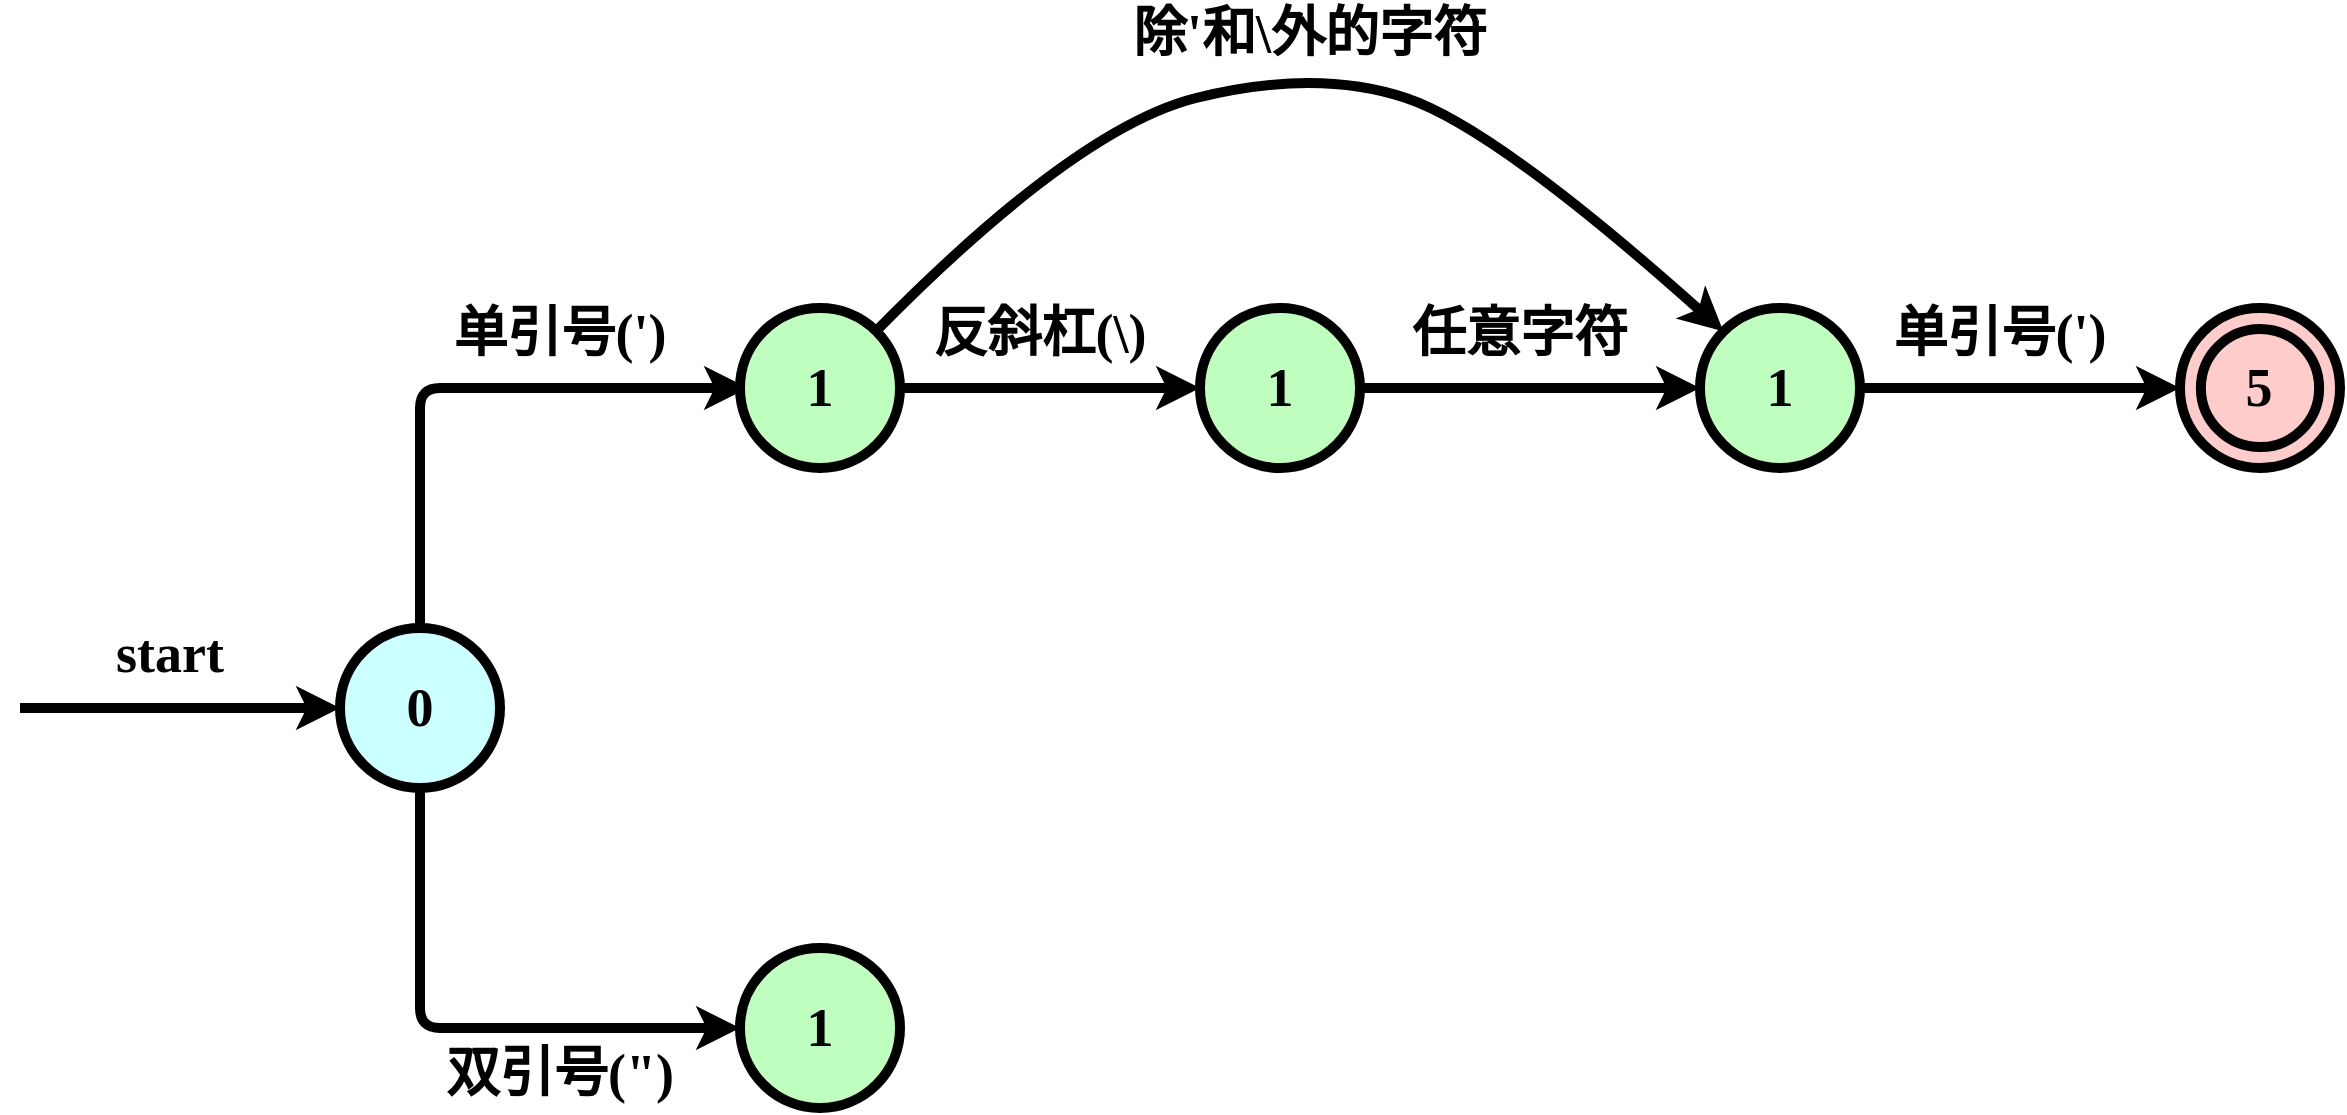
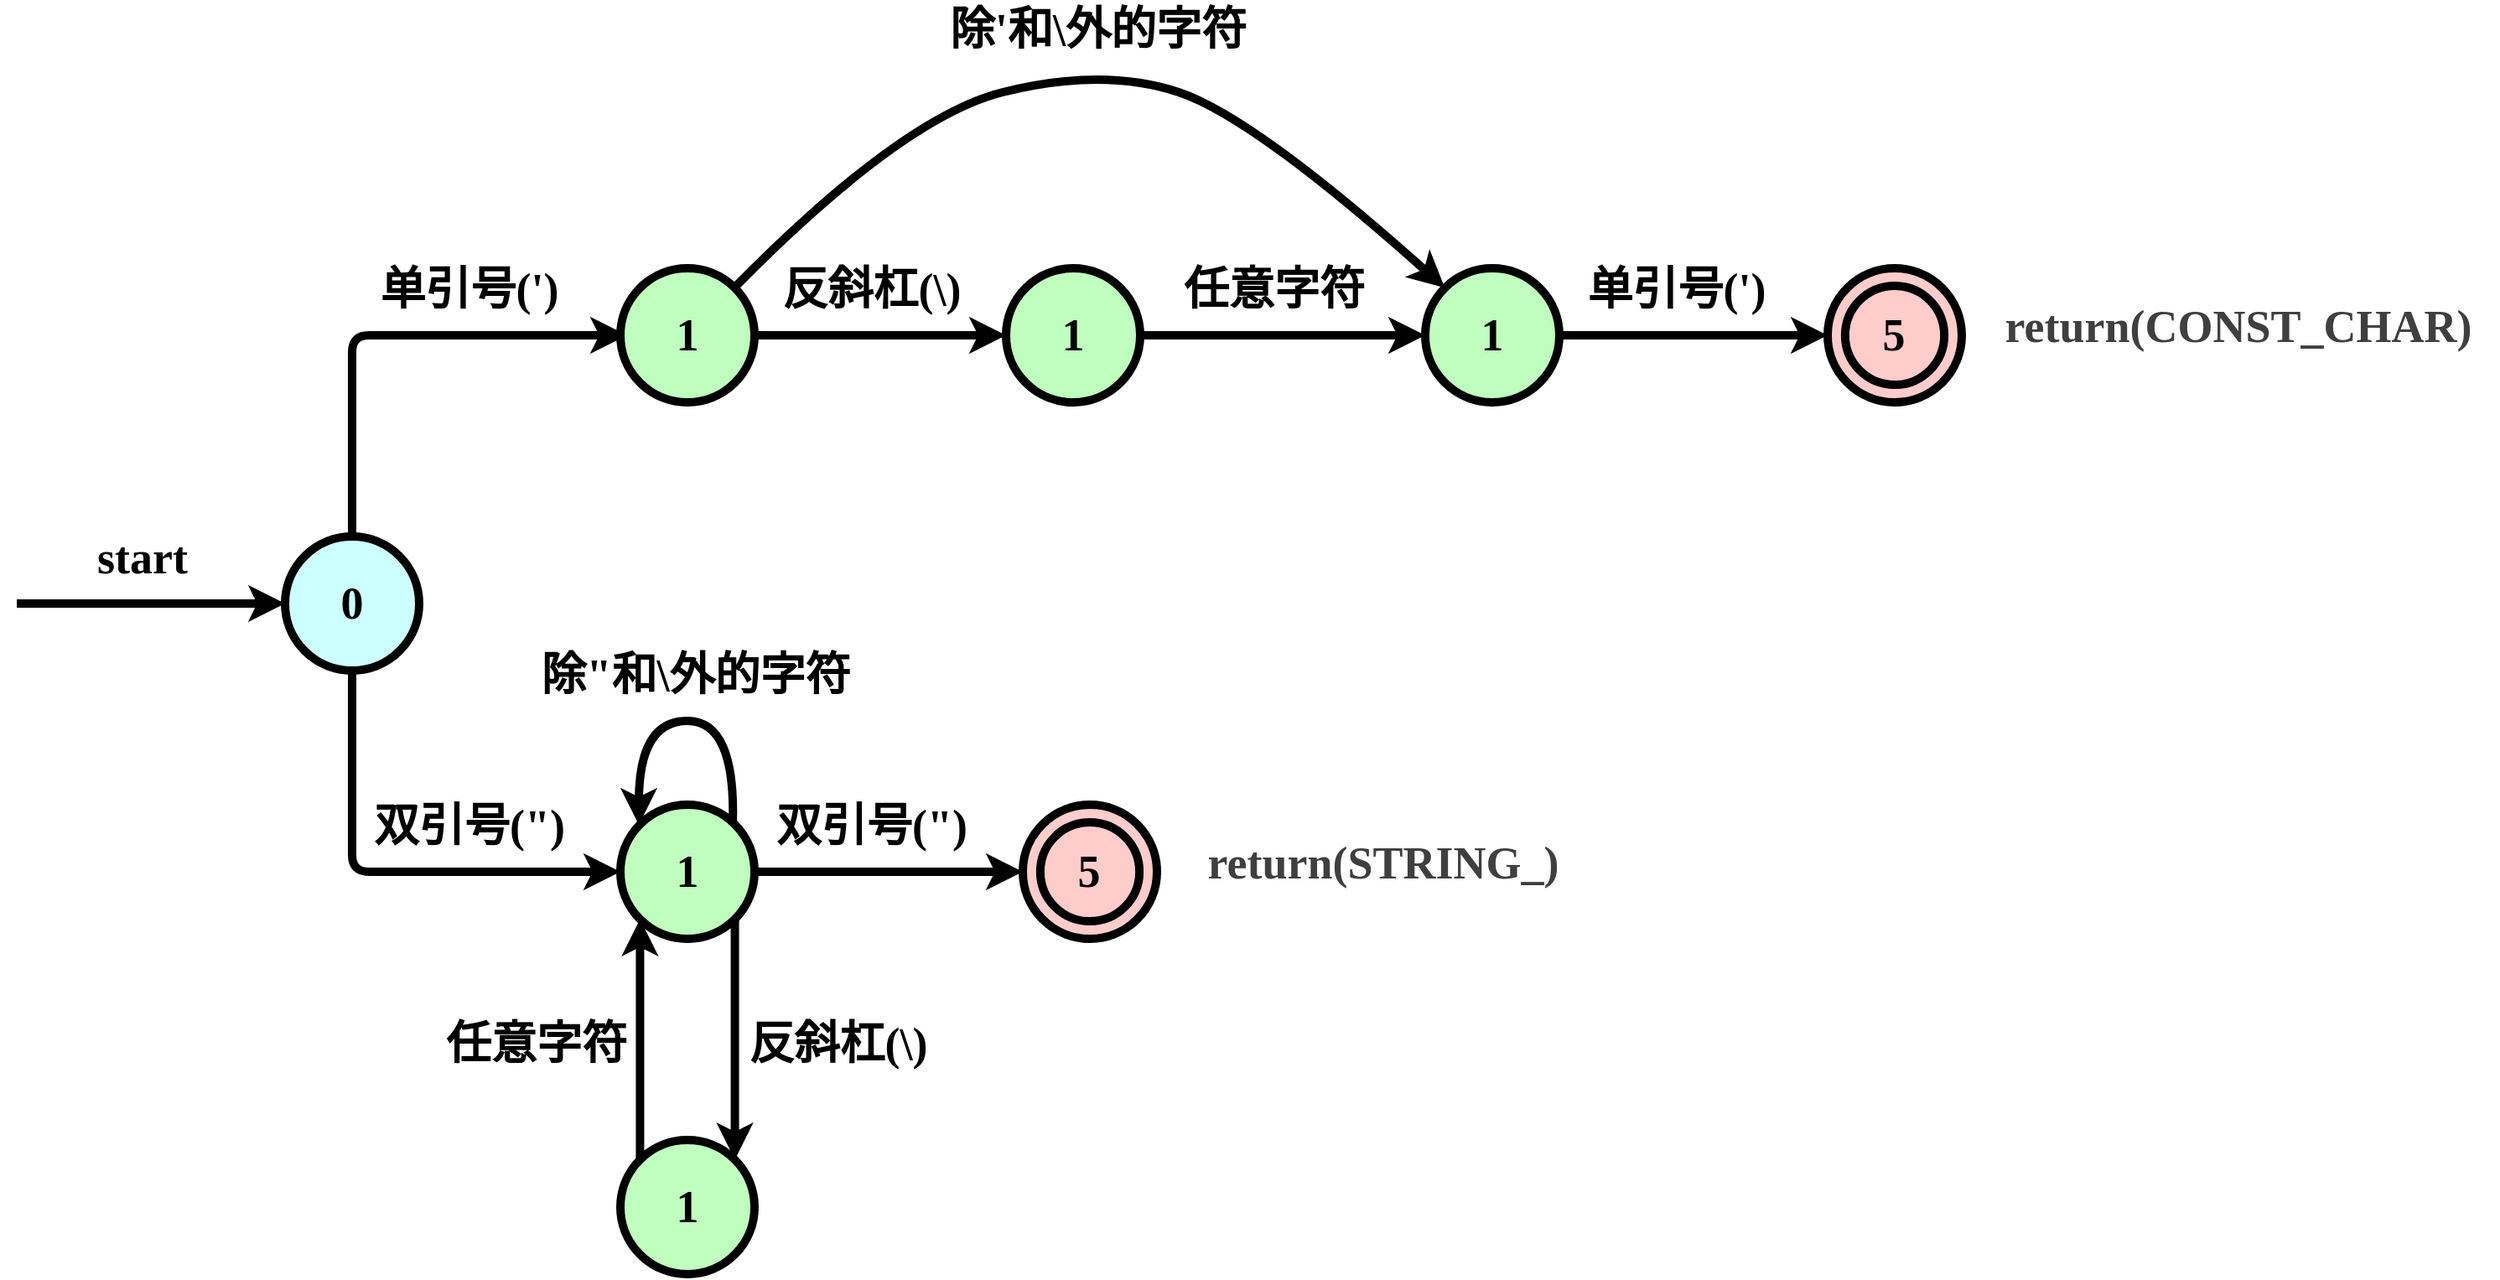
<mxfile host="65bd71144e">
    <diagram id="WDaXGVvMb0ibqETLBTzo" name="第 1 页">
-         <mxGraphModel dx="1291" dy="1011" grid="1" gridSize="10" guides="1" tooltips="1" connect="1" arrows="1" fold="1" page="1" pageScale="1" pageWidth="3300" pageHeight="4681" math="0" shadow="0">
+         <mxGraphModel dx="1567" dy="1227" grid="1" gridSize="10" guides="1" tooltips="1" connect="1" arrows="1" fold="1" page="1" pageScale="1" pageWidth="3300" pageHeight="4681" math="0" shadow="0">
            <root>
                <mxCell id="0"/>
                <mxCell id="1" parent="0"/>
                <mxCell id="2" style="edgeStyle=orthogonalEdgeStyle;rounded=0;orthogonalLoop=1;jettySize=auto;html=1;exitX=0;exitY=0.5;exitDx=0;exitDy=0;strokeWidth=5;startArrow=classic;startFill=1;endArrow=none;endFill=0;fontSize=30;" edge="1" parent="1" source="3">
                    <mxGeometry relative="1" as="geometry">
                        <mxPoint x="160" y="2120" as="targetPoint"/>
                    </mxGeometry>
                </mxCell>
                <mxCell id="9" style="edgeStyle=none;html=1;exitX=0.5;exitY=1;exitDx=0;exitDy=0;entryX=0;entryY=0.5;entryDx=0;entryDy=0;strokeWidth=5;" edge="1" parent="1" source="3" target="8">
                    <mxGeometry relative="1" as="geometry">
                        <Array as="points">
                            <mxPoint x="360" y="2280"/>
                        </Array>
                    </mxGeometry>
                </mxCell>
                <mxCell id="3" value="&lt;font style=&quot;color: rgb(0, 0, 0);&quot; face=&quot;Comic Sans MS&quot;&gt;0&lt;/font&gt;" style="ellipse;whiteSpace=wrap;html=1;aspect=fixed;strokeWidth=5;fillColor=#CCFFFF;gradientColor=none;fontSize=27;fontStyle=1" vertex="1" parent="1">
                    <mxGeometry x="320" y="2080" width="80" height="80" as="geometry"/>
                </mxCell>
                <mxCell id="4" value="start" style="text;html=1;align=center;verticalAlign=middle;whiteSpace=wrap;rounded=0;fontFamily=Comic Sans MS;strokeWidth=5;fontSize=27;fontStyle=1" vertex="1" parent="1">
                    <mxGeometry x="190" y="2080" width="90" height="25" as="geometry"/>
                </mxCell>
                <mxCell id="5" style="edgeStyle=none;html=1;exitX=0.446;exitY=-0.002;exitDx=0;exitDy=0;entryX=0;entryY=0.5;entryDx=0;entryDy=0;strokeWidth=5;exitPerimeter=0;" edge="1" parent="1">
                    <mxGeometry relative="1" as="geometry">
                        <Array as="points">
                            <mxPoint x="360" y="1960"/>
                        </Array>
                        <mxPoint x="360" y="2080" as="sourcePoint"/>
                        <mxPoint x="524" y="1960" as="targetPoint"/>
                    </mxGeometry>
                </mxCell>
                <mxCell id="12" style="edgeStyle=none;html=1;exitX=1;exitY=0.5;exitDx=0;exitDy=0;entryX=0;entryY=0.5;entryDx=0;entryDy=0;strokeWidth=5;" edge="1" parent="1" source="6" target="11">
                    <mxGeometry relative="1" as="geometry"/>
                </mxCell>
                <mxCell id="6" value="&lt;font face=&quot;Comic Sans MS&quot;&gt;1&lt;/font&gt;" style="ellipse;whiteSpace=wrap;html=1;aspect=fixed;strokeWidth=5;fillColor=#BFFEBE;strokeColor=#000000;fontSize=27;fontStyle=1" vertex="1" parent="1">
                    <mxGeometry x="520" y="1920" width="80" height="80" as="geometry"/>
                </mxCell>
                <mxCell id="7" value="单引号(&#39;)" style="text;html=1;align=center;verticalAlign=middle;whiteSpace=wrap;rounded=0;fontFamily=Comic Sans MS;strokeWidth=5;fontSize=27;fontStyle=1" vertex="1" parent="1">
                    <mxGeometry x="360" y="1920" width="140" height="25" as="geometry"/>
                </mxCell>
+                 <mxCell id="30" style="edgeStyle=none;html=1;exitX=1;exitY=1;exitDx=0;exitDy=0;entryX=1;entryY=0;entryDx=0;entryDy=0;strokeWidth=5;" edge="1" parent="1" source="8" target="29">
+                     <mxGeometry relative="1" as="geometry"/>
+                 </mxCell>
                <mxCell id="8" value="&lt;font face=&quot;Comic Sans MS&quot;&gt;1&lt;/font&gt;" style="ellipse;whiteSpace=wrap;html=1;aspect=fixed;strokeWidth=5;fillColor=#BFFEBE;strokeColor=#000000;fontSize=27;fontStyle=1" vertex="1" parent="1">
                    <mxGeometry x="520" y="2240" width="80" height="80" as="geometry"/>
                </mxCell>
                <mxCell id="10" value="双引号(&quot;)" style="text;html=1;align=center;verticalAlign=middle;whiteSpace=wrap;rounded=0;fontFamily=Comic Sans MS;strokeWidth=5;fontSize=27;fontStyle=1" vertex="1" parent="1">
-                     <mxGeometry x="360" y="2290" width="140" height="25" as="geometry"/>
+                     <mxGeometry x="360" y="2240" width="140" height="25" as="geometry"/>
                </mxCell>
                <mxCell id="11" value="&lt;font face=&quot;Comic Sans MS&quot;&gt;1&lt;/font&gt;" style="ellipse;whiteSpace=wrap;html=1;aspect=fixed;strokeWidth=5;fillColor=#BFFEBE;strokeColor=#000000;fontSize=27;fontStyle=1" vertex="1" parent="1">
                    <mxGeometry x="750" y="1920" width="80" height="80" as="geometry"/>
                </mxCell>
                <mxCell id="13" value="反斜杠(\)" style="text;html=1;align=center;verticalAlign=middle;whiteSpace=wrap;rounded=0;fontFamily=Comic Sans MS;strokeWidth=5;fontSize=27;fontStyle=1" vertex="1" parent="1">
                    <mxGeometry x="600" y="1920" width="140" height="25" as="geometry"/>
                </mxCell>
                <mxCell id="14" style="edgeStyle=none;html=1;exitX=1;exitY=0.5;exitDx=0;exitDy=0;entryX=0;entryY=0.5;entryDx=0;entryDy=0;strokeWidth=5;" edge="1" parent="1" target="15">
                    <mxGeometry relative="1" as="geometry">
                        <mxPoint x="830" y="1960" as="sourcePoint"/>
                    </mxGeometry>
                </mxCell>
                <mxCell id="24" style="edgeStyle=none;html=1;exitX=1;exitY=0.5;exitDx=0;exitDy=0;entryX=0;entryY=0.5;entryDx=0;entryDy=0;strokeWidth=5;" edge="1" parent="1" source="15" target="22">
                    <mxGeometry relative="1" as="geometry"/>
                </mxCell>
                <mxCell id="15" value="&lt;font face=&quot;Comic Sans MS&quot;&gt;1&lt;/font&gt;" style="ellipse;whiteSpace=wrap;html=1;aspect=fixed;strokeWidth=5;fillColor=#BFFEBE;strokeColor=#000000;fontSize=27;fontStyle=1" vertex="1" parent="1">
                    <mxGeometry x="1000" y="1920" width="80" height="80" as="geometry"/>
                </mxCell>
                <mxCell id="16" value="任意字符" style="text;html=1;align=center;verticalAlign=middle;whiteSpace=wrap;rounded=0;fontFamily=Comic Sans MS;strokeWidth=5;fontSize=27;fontStyle=1" vertex="1" parent="1">
                    <mxGeometry x="840" y="1920" width="140" height="25" as="geometry"/>
                </mxCell>
                <mxCell id="18" value="" style="curved=1;endArrow=classic;html=1;entryX=0;entryY=0;entryDx=0;entryDy=0;strokeWidth=5;" edge="1" parent="1" source="6" target="15">
                    <mxGeometry width="50" height="50" relative="1" as="geometry">
                        <mxPoint x="606" y="1902" as="sourcePoint"/>
                        <mxPoint x="990" y="1902" as="targetPoint"/>
                        <Array as="points">
                            <mxPoint x="688" y="1830"/>
                            <mxPoint x="808" y="1800"/>
                            <mxPoint x="898" y="1830"/>
                        </Array>
                    </mxGeometry>
                </mxCell>
                <mxCell id="20" value="除&#39;和\外的字符" style="text;html=1;align=center;verticalAlign=middle;whiteSpace=wrap;rounded=0;fontFamily=Comic Sans MS;strokeWidth=5;fontSize=27;fontStyle=1" vertex="1" parent="1">
-                     <mxGeometry x="680" y="1770" width="250" height="25" as="geometry"/>
+                     <mxGeometry x="680" y="1760" width="250" height="35" as="geometry"/>
                </mxCell>
                <mxCell id="21" value="" style="group;strokeWidth=5;fontSize=27;fontStyle=1" vertex="1" connectable="0" parent="1">
                    <mxGeometry x="1240" y="1920" width="80" height="80" as="geometry"/>
                </mxCell>
                <mxCell id="22" value="" style="ellipse;whiteSpace=wrap;html=1;aspect=fixed;strokeWidth=5;fillColor=#FFCCCC;fontSize=27;fontStyle=1" vertex="1" parent="21">
                    <mxGeometry width="80" height="80" as="geometry"/>
                </mxCell>
                <mxCell id="23" value="&lt;font style=&quot;color: rgb(0, 0, 0);&quot; face=&quot;Comic Sans MS&quot;&gt;&lt;span&gt;5&lt;/span&gt;&lt;/font&gt;" style="ellipse;whiteSpace=wrap;html=1;aspect=fixed;strokeWidth=5;fillColor=#FFCCCC;fontSize=27;fontStyle=1" vertex="1" parent="21">
                    <mxGeometry x="10.440000000000001" y="10.44" width="59.12" height="59.12" as="geometry"/>
                </mxCell>
                <mxCell id="25" value="单引号(&#39;)" style="text;html=1;align=center;verticalAlign=middle;whiteSpace=wrap;rounded=0;fontFamily=Comic Sans MS;strokeWidth=5;fontSize=27;fontStyle=1" vertex="1" parent="1">
                    <mxGeometry x="1080" y="1920" width="140" height="25" as="geometry"/>
                </mxCell>
+                 <mxCell id="26" value="" style="curved=1;endArrow=classic;html=1;exitX=1;exitY=0;exitDx=0;exitDy=0;entryX=0;entryY=0;entryDx=0;entryDy=0;strokeWidth=5;" edge="1" parent="1">
+                     <mxGeometry width="50" height="50" relative="1" as="geometry">
+                         <mxPoint x="587" y="2252" as="sourcePoint"/>
+                         <mxPoint x="531" y="2252" as="targetPoint"/>
+                         <Array as="points">
+                             <mxPoint x="589" y="2190"/>
+                             <mxPoint x="531" y="2190"/>
+                         </Array>
+                     </mxGeometry>
+                 </mxCell>
+                 <mxCell id="28" value="除&quot;和\外的字符" style="text;html=1;align=center;verticalAlign=middle;whiteSpace=wrap;rounded=0;fontFamily=Comic Sans MS;strokeWidth=5;fontSize=27;fontStyle=1" vertex="1" parent="1">
+                     <mxGeometry x="440" y="2150" width="250" height="25" as="geometry"/>
+                 </mxCell>
+                 <mxCell id="31" style="edgeStyle=none;html=1;exitX=0;exitY=0;exitDx=0;exitDy=0;entryX=0;entryY=1;entryDx=0;entryDy=0;strokeWidth=5;" edge="1" parent="1" source="29" target="8">
+                     <mxGeometry relative="1" as="geometry"/>
+                 </mxCell>
+                 <mxCell id="29" value="&lt;font face=&quot;Comic Sans MS&quot;&gt;1&lt;/font&gt;" style="ellipse;whiteSpace=wrap;html=1;aspect=fixed;strokeWidth=5;fillColor=#BFFEBE;strokeColor=#000000;fontSize=27;fontStyle=1" vertex="1" parent="1">
+                     <mxGeometry x="520" y="2440" width="80" height="80" as="geometry"/>
+                 </mxCell>
+                 <mxCell id="32" value="&lt;span style=&quot;color: rgb(0, 0, 0);&quot;&gt;反斜杠(\)&lt;/span&gt;" style="text;html=1;align=center;verticalAlign=middle;whiteSpace=wrap;rounded=0;fontFamily=Comic Sans MS;strokeWidth=5;fontSize=27;fontStyle=1" vertex="1" parent="1">
+                     <mxGeometry x="580" y="2370" width="140" height="25" as="geometry"/>
+                 </mxCell>
+                 <mxCell id="33" value="任意字符" style="text;html=1;align=center;verticalAlign=middle;whiteSpace=wrap;rounded=0;fontFamily=Comic Sans MS;strokeWidth=5;fontSize=27;fontStyle=1" vertex="1" parent="1">
+                     <mxGeometry x="400" y="2370" width="140" height="25" as="geometry"/>
+                 </mxCell>
+                 <mxCell id="34" style="edgeStyle=none;html=1;exitX=1;exitY=0.5;exitDx=0;exitDy=0;entryX=0;entryY=0.5;entryDx=0;entryDy=0;strokeWidth=5;" edge="1" parent="1" target="36">
+                     <mxGeometry relative="1" as="geometry">
+                         <mxPoint x="600" y="2280" as="sourcePoint"/>
+                     </mxGeometry>
+                 </mxCell>
+                 <mxCell id="35" value="" style="group;strokeWidth=5;fontSize=27;fontStyle=1" vertex="1" connectable="0" parent="1">
+                     <mxGeometry x="760" y="2240" width="80" height="80" as="geometry"/>
+                 </mxCell>
+                 <mxCell id="36" value="" style="ellipse;whiteSpace=wrap;html=1;aspect=fixed;strokeWidth=5;fillColor=#FFCCCC;fontSize=27;fontStyle=1" vertex="1" parent="35">
+                     <mxGeometry width="80" height="80" as="geometry"/>
+                 </mxCell>
+                 <mxCell id="37" value="&lt;font style=&quot;color: rgb(0, 0, 0);&quot; face=&quot;Comic Sans MS&quot;&gt;&lt;span&gt;5&lt;/span&gt;&lt;/font&gt;" style="ellipse;whiteSpace=wrap;html=1;aspect=fixed;strokeWidth=5;fillColor=#FFCCCC;fontSize=27;fontStyle=1" vertex="1" parent="35">
+                     <mxGeometry x="10.440000000000001" y="10.44" width="59.12" height="59.12" as="geometry"/>
+                 </mxCell>
+                 <mxCell id="38" value="&lt;span style=&quot;font-family: monospace; font-size: 0px; font-weight: 400; text-align: start; text-wrap-mode: nowrap;&quot;&gt;%3CmxGraphModel%3E%3Croot%3E%3CmxCell%20id%3D%220%22%2F%3E%3CmxCell%20id%3D%221%22%20parent%3D%220%22%2F%3E%3CmxCell%20id%3D%222%22%20value%3D%22%E5%8F%8C%E5%BC%95%E5%8F%B7(%26quot%3B)%22%20style%3D%22text%3Bhtml%3D1%3Balign%3Dcenter%3BverticalAlign%3Dmiddle%3BwhiteSpace%3Dwrap%3Brounded%3D0%3BfontFamily%3DComic%20Sans%20MS%3BstrokeWidth%3D5%3BfontSize%3D27%3BfontStyle%3D1%22%20vertex%3D%221%22%20parent%3D%221%22%3E%3CmxGeometry%20x%3D%22360%22%20y%3D%222240%22%20width%3D%22140%22%20height%3D%2225%22%20as%3D%22geometry%22%2F%3E%3C%2FmxCell%3E%3C%2Froot%3E%3C%2FmxGraphModel%3E&lt;/span&gt;" style="text;html=1;align=center;verticalAlign=middle;whiteSpace=wrap;rounded=0;fontFamily=Comic Sans MS;strokeWidth=5;fontSize=27;fontStyle=1" vertex="1" parent="1">
+                     <mxGeometry x="600" y="2240" width="140" height="25" as="geometry"/>
+                 </mxCell>
+                 <mxCell id="39" value="双引号(&quot;)" style="text;html=1;align=center;verticalAlign=middle;whiteSpace=wrap;rounded=0;fontFamily=Comic Sans MS;strokeWidth=5;fontSize=27;fontStyle=1" vertex="1" parent="1">
+                     <mxGeometry x="600" y="2240" width="140" height="25" as="geometry"/>
+                 </mxCell>
+                 <mxCell id="40" value="&lt;span style=&quot;color: rgb(63, 63, 63);&quot;&gt;return(CONST_CHAR)&lt;/span&gt;" style="text;html=1;align=center;verticalAlign=middle;whiteSpace=wrap;rounded=0;fontFamily=Comic Sans MS;strokeWidth=5;fontSize=27;fontStyle=1;fontColor=#000000;" vertex="1" parent="1">
+                     <mxGeometry x="1330" y="1920" width="310" height="70" as="geometry"/>
+                 </mxCell>
+                 <mxCell id="41" value="&lt;span style=&quot;color: rgb(63, 63, 63);&quot;&gt;return(STRING_)&lt;/span&gt;" style="text;html=1;align=center;verticalAlign=middle;whiteSpace=wrap;rounded=0;fontFamily=Comic Sans MS;strokeWidth=5;fontSize=27;fontStyle=1;fontColor=#000000;" vertex="1" parent="1">
+                     <mxGeometry x="820" y="2240" width="310" height="70" as="geometry"/>
+                 </mxCell>
            </root>
        </mxGraphModel>
    </diagram>
</mxfile>